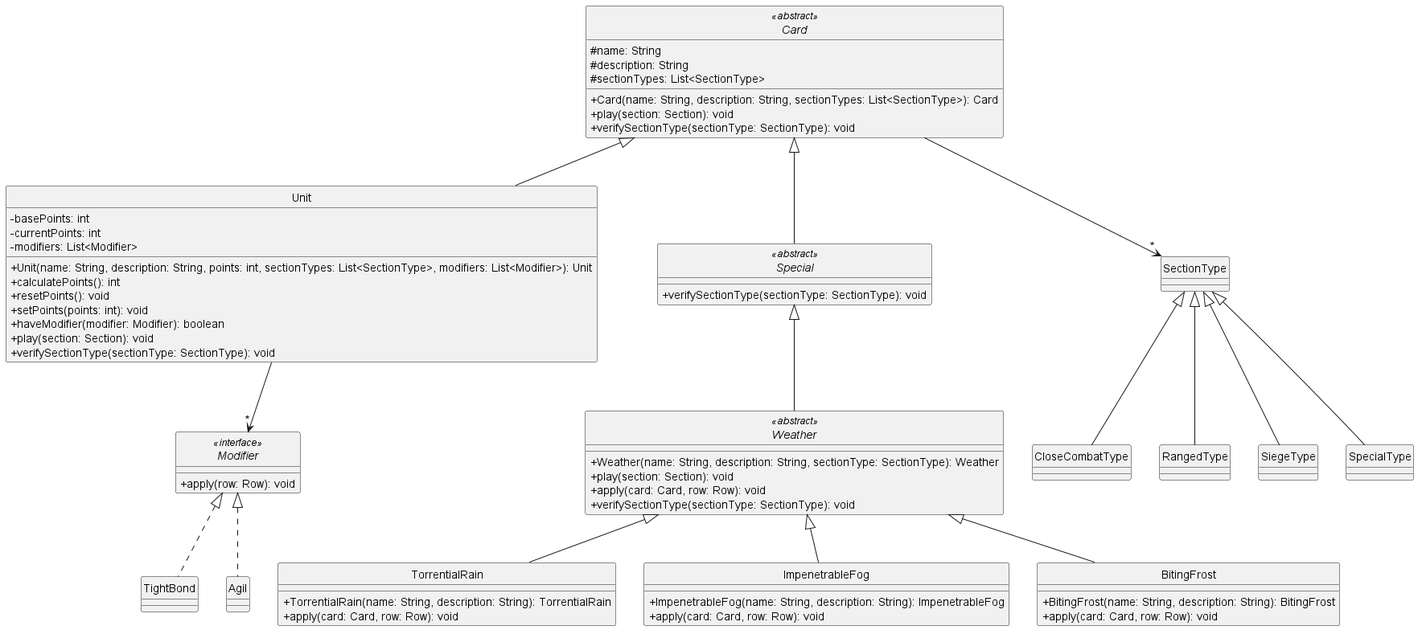
This is diagrams/classes/cards.png from Yonhir/algo3_proyecto_base_tp2, a PlantUML export, as it was before one commit.
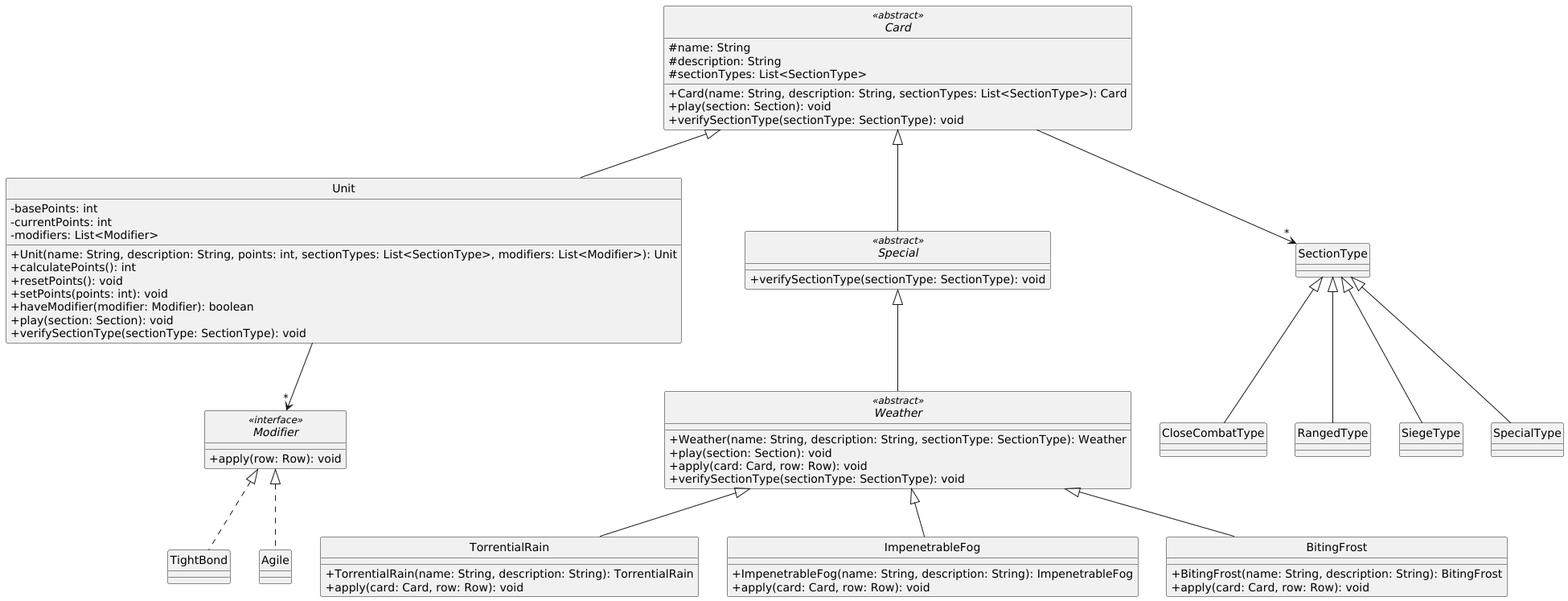
After the change.

Change to the diagram source:
```diff
@@ -38,7 +38,7 @@
 class TightBond {
 }
 
-class Agil {
+class Agile {
 }
 
 abstract class Weather <<abstract>> {
@@ -77,7 +77,7 @@
 Unit --> "*" Modifier
 
 Modifier <|.. TightBond
-Modifier <|.. Agil
+Modifier <|.. Agile
 
 Special <|-- Weather
 
```
